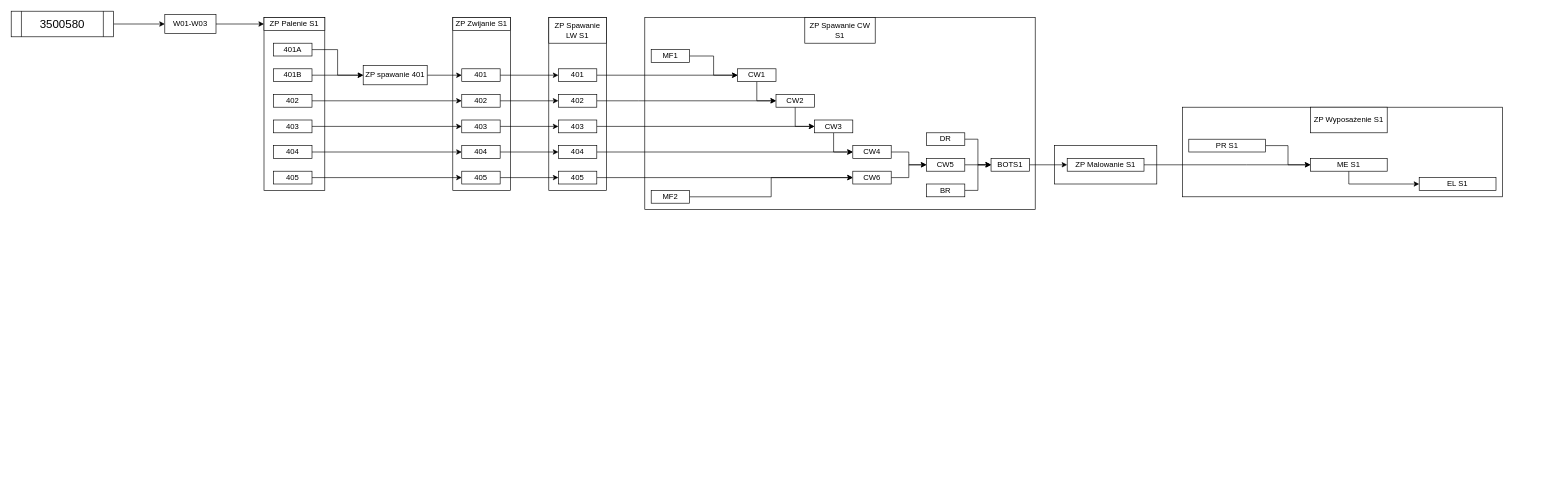
Before: 3500580.drawio in goth1x/Baltic-Operator, a draw.io diagram. Source tidied: cells renumbered, new cells numbered last; positions are measured from the earlier drawing's top-left corner, leaving out a move shared by most shapes. Both pictures are drawn from the tidied source at 64%, with x=0, y=0 at pixel (11, 11).
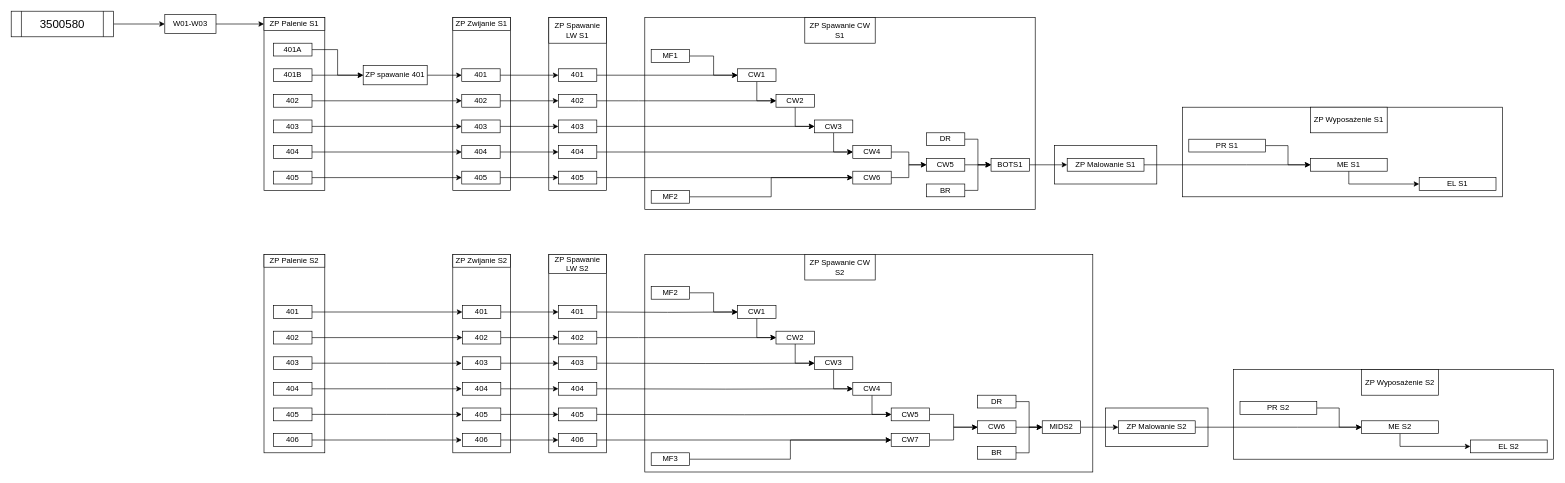
The same diagram, later.

Change to the diagram source:
```diff
@@
+    <mxCell id="80" style="rounded=0;whiteSpace=wrap;html=1;" parent="1" vertex="1">
+      <mxGeometry x="1910" y="560" width="500" height="140" as="geometry" />
+    </mxCell>
+    <mxCell id="81" style="rounded=0;whiteSpace=wrap;html=1;" parent="1" vertex="1">
+      <mxGeometry x="1710" y="620" width="160" height="60" as="geometry" />
+    </mxCell>
+    <mxCell id="82" style="rounded=0;whiteSpace=wrap;html=1;" parent="1" vertex="1">
+      <mxGeometry x="990" y="380" width="700" height="340" as="geometry" />
+    </mxCell>
+    <mxCell id="83" style="rounded=0;whiteSpace=wrap;html=1;" parent="1" vertex="1">
+      <mxGeometry x="840" y="380" width="90" height="310" as="geometry" />
+    </mxCell>
+    <mxCell id="84" style="rounded=0;whiteSpace=wrap;html=1;" parent="1" vertex="1">
+      <mxGeometry x="395" y="380" width="95" height="310" as="geometry" />
+    </mxCell>
+    <mxCell id="85" style="rounded=0;whiteSpace=wrap;html=1;" parent="1" vertex="1">
+      <mxGeometry x="690" y="380" width="90" height="310" as="geometry" />
+    </mxCell>
+    <mxCell id="86" value="ZP Palenie S2" style="rounded=0;whiteSpace=wrap;html=1;" parent="1" vertex="1">
+      <mxGeometry x="395" y="380" width="95" height="20" as="geometry" />
+    </mxCell>
+    <mxCell id="87" style="edgeStyle=orthogonalEdgeStyle;rounded=0;jettySize=auto;html=1;exitX=1;exitY=0.5;exitDx=0;exitDy=0;" parent="1" edge="1" source="88" target="138">
+      <mxGeometry relative="1" as="geometry" />
+    </mxCell>
+    <mxCell id="88" value="401" style="rounded=0;whiteSpace=wrap;html=1;" parent="1" vertex="1">
+      <mxGeometry x="410" y="460" width="60" height="20" as="geometry" />
+    </mxCell>
+    <mxCell id="89" style="edgeStyle=orthogonalEdgeStyle;rounded=0;jettySize=auto;html=1;exitX=1;exitY=0.5;exitDx=0;exitDy=0;" parent="1" edge="1" source="90" target="140">
+      <mxGeometry relative="1" as="geometry" />
+    </mxCell>
+    <mxCell id="90" value="402" style="rounded=0;whiteSpace=wrap;html=1;" parent="1" vertex="1">
+      <mxGeometry x="410" y="500" width="60" height="20" as="geometry" />
+    </mxCell>
+    <mxCell id="91" style="edgeStyle=orthogonalEdgeStyle;rounded=0;jettySize=auto;html=1;exitX=1;exitY=0.5;exitDx=0;exitDy=0;entryX=0;entryY=0.5;entryDx=0;entryDy=0;" parent="1" edge="1" source="92">
+      <mxGeometry relative="1" as="geometry">
+        <mxPoint x="704" y="550" as="targetPoint" />
+      </mxGeometry>
+    </mxCell>
+    <mxCell id="92" value="403" style="rounded=0;whiteSpace=wrap;html=1;" parent="1" vertex="1">
+      <mxGeometry x="410" y="540" width="60" height="20" as="geometry" />
+    </mxCell>
+    <mxCell id="93" style="edgeStyle=orthogonalEdgeStyle;rounded=0;jettySize=auto;html=1;exitX=1;exitY=0.5;exitDx=0;exitDy=0;entryX=0;entryY=0.5;entryDx=0;entryDy=0;" parent="1" edge="1" source="94">
+      <mxGeometry relative="1" as="geometry">
+        <mxPoint x="704" y="590" as="targetPoint" />
+      </mxGeometry>
+    </mxCell>
+    <mxCell id="94" value="404" style="rounded=0;whiteSpace=wrap;html=1;" parent="1" vertex="1">
+      <mxGeometry x="410" y="580" width="60" height="20" as="geometry" />
+    </mxCell>
+    <mxCell id="95" style="edgeStyle=orthogonalEdgeStyle;rounded=0;jettySize=auto;html=1;exitX=1;exitY=0.5;exitDx=0;exitDy=0;entryX=0;entryY=0.5;entryDx=0;entryDy=0;" parent="1" edge="1" source="96">
+      <mxGeometry relative="1" as="geometry">
+        <mxPoint x="704" y="630" as="targetPoint" />
+      </mxGeometry>
+    </mxCell>
+    <mxCell id="96" value="405" style="rounded=0;whiteSpace=wrap;html=1;" parent="1" vertex="1">
+      <mxGeometry x="410" y="620" width="60" height="20" as="geometry" />
+    </mxCell>
+    <mxCell id="97" style="edgeStyle=orthogonalEdgeStyle;rounded=0;jettySize=auto;html=1;exitX=1;exitY=0.5;exitDx=0;exitDy=0;entryX=0;entryY=0.5;entryDx=0;entryDy=0;" parent="1" edge="1" source="98">
+      <mxGeometry relative="1" as="geometry">
+        <mxPoint x="704" y="670" as="targetPoint" />
+      </mxGeometry>
+    </mxCell>
+    <mxCell id="98" value="406" style="rounded=0;whiteSpace=wrap;html=1;" parent="1" vertex="1">
+      <mxGeometry x="410" y="660" width="60" height="20" as="geometry" />
+    </mxCell>
+    <mxCell id="99" value="ZP Zwijanie S2" style="rounded=0;whiteSpace=wrap;html=1;" parent="1" vertex="1">
+      <mxGeometry x="690" y="380" width="90" height="20" as="geometry" />
+    </mxCell>
+    <mxCell id="100" value="ZP Spawanie LW S2" style="rounded=0;whiteSpace=wrap;html=1;" parent="1" vertex="1">
+      <mxGeometry x="840" y="380" width="90" height="30" as="geometry" />
+    </mxCell>
+    <mxCell id="101" style="edgeStyle=orthogonalEdgeStyle;rounded=0;jettySize=auto;html=1;exitX=1;exitY=0.5;exitDx=0;exitDy=0;entryX=0;entryY=0.5;entryDx=0;entryDy=0;" parent="1" edge="1" target="110">
+      <mxGeometry relative="1" as="geometry">
+        <mxPoint x="915" y="470" as="sourcePoint" />
+      </mxGeometry>
+    </mxCell>
+    <mxCell id="102" style="edgeStyle=orthogonalEdgeStyle;rounded=0;jettySize=auto;html=1;exitX=1;exitY=0.5;exitDx=0;exitDy=0;entryX=0;entryY=0.5;entryDx=0;entryDy=0;" parent="1" edge="1" target="112">
+      <mxGeometry relative="1" as="geometry">
+        <mxPoint x="915" y="510" as="sourcePoint" />
+        <Array as="points">
+          <mxPoint x="980" y="510" />
+          <mxPoint x="980" y="510" />
+        </Array>
+      </mxGeometry>
+    </mxCell>
+    <mxCell id="103" style="edgeStyle=orthogonalEdgeStyle;rounded=0;jettySize=auto;html=1;exitX=1;exitY=0.5;exitDx=0;exitDy=0;entryX=0;entryY=0.5;entryDx=0;entryDy=0;" parent="1" edge="1" target="114">
+      <mxGeometry relative="1" as="geometry">
+        <mxPoint x="915" y="550" as="sourcePoint" />
+      </mxGeometry>
+    </mxCell>
+    <mxCell id="104" style="edgeStyle=orthogonalEdgeStyle;rounded=0;jettySize=auto;html=1;exitX=1;exitY=0.5;exitDx=0;exitDy=0;entryX=0;entryY=0.5;entryDx=0;entryDy=0;" parent="1" edge="1" target="116">
+      <mxGeometry relative="1" as="geometry">
+        <mxPoint x="915" y="590" as="sourcePoint" />
+      </mxGeometry>
+    </mxCell>
+    <mxCell id="105" style="edgeStyle=orthogonalEdgeStyle;rounded=0;jettySize=auto;html=1;exitX=1;exitY=0.5;exitDx=0;exitDy=0;" parent="1" edge="1" target="157">
+      <mxGeometry relative="1" as="geometry">
+        <mxPoint x="915" y="630" as="sourcePoint" />
+      </mxGeometry>
+    </mxCell>
+    <mxCell id="106" value="ZP Spawanie CW S2" style="rounded=0;whiteSpace=wrap;html=1;" parent="1" vertex="1">
+      <mxGeometry x="1240" y="380" width="110" height="40" as="geometry" />
+    </mxCell>
+    <mxCell id="107" style="edgeStyle=orthogonalEdgeStyle;rounded=0;jettySize=auto;html=1;exitX=1;exitY=0.5;exitDx=0;exitDy=0;entryX=0;entryY=0.5;entryDx=0;entryDy=0;" parent="1" edge="1" source="108" target="110">
+      <mxGeometry relative="1" as="geometry" />
+    </mxCell>
+    <mxCell id="108" value="MF2" style="rounded=0;whiteSpace=wrap;html=1;" parent="1" vertex="1">
+      <mxGeometry x="1000" y="430" width="60" height="20" as="geometry" />
+    </mxCell>
+    <mxCell id="109" style="edgeStyle=orthogonalEdgeStyle;rounded=0;jettySize=auto;html=1;exitX=0.5;exitY=1;exitDx=0;exitDy=0;entryX=0;entryY=0.5;entryDx=0;entryDy=0;" parent="1" edge="1" source="110" target="112">
+      <mxGeometry relative="1" as="geometry" />
+    </mxCell>
+    <mxCell id="110" value="CW1" style="rounded=0;whiteSpace=wrap;html=1;" parent="1" vertex="1">
+      <mxGeometry x="1135" y="460" width="60" height="20" as="geometry" />
+    </mxCell>
+    <mxCell id="111" style="edgeStyle=orthogonalEdgeStyle;rounded=0;jettySize=auto;html=1;exitX=0.5;exitY=1;exitDx=0;exitDy=0;entryX=0;entryY=0.5;entryDx=0;entryDy=0;" parent="1" edge="1" source="112" target="114">
+      <mxGeometry relative="1" as="geometry" />
+    </mxCell>
+    <mxCell id="112" value="CW2" style="rounded=0;whiteSpace=wrap;html=1;" parent="1" vertex="1">
+      <mxGeometry x="1195" y="500" width="60" height="20" as="geometry" />
+    </mxCell>
+    <mxCell id="113" style="edgeStyle=orthogonalEdgeStyle;rounded=0;jettySize=auto;html=1;exitX=0.5;exitY=1;exitDx=0;exitDy=0;entryX=0;entryY=0.5;entryDx=0;entryDy=0;" parent="1" edge="1" source="114" target="116">
+      <mxGeometry relative="1" as="geometry" />
+    </mxCell>
+    <mxCell id="114" value="CW3" style="rounded=0;whiteSpace=wrap;html=1;" parent="1" vertex="1">
+      <mxGeometry x="1255" y="540" width="60" height="20" as="geometry" />
+    </mxCell>
+    <mxCell id="115" style="edgeStyle=orthogonalEdgeStyle;rounded=0;jettySize=auto;html=1;exitX=0.5;exitY=1;exitDx=0;exitDy=0;entryX=0;entryY=0.5;entryDx=0;entryDy=0;" parent="1" edge="1" source="116" target="157">
+      <mxGeometry relative="1" as="geometry" />
+    </mxCell>
+    <mxCell id="116" value="CW4" style="rounded=0;whiteSpace=wrap;html=1;" parent="1" vertex="1">
+      <mxGeometry x="1315" y="580" width="60" height="20" as="geometry" />
+    </mxCell>
+    <mxCell id="117" style="edgeStyle=orthogonalEdgeStyle;rounded=0;jettySize=auto;html=1;exitX=1;exitY=0.5;exitDx=0;exitDy=0;entryX=0;entryY=0.5;entryDx=0;entryDy=0;" parent="1" edge="1" source="118" target="122">
+      <mxGeometry relative="1" as="geometry" />
+    </mxCell>
+    <mxCell id="118" value="CW7" style="rounded=0;whiteSpace=wrap;html=1;" parent="1" vertex="1">
+      <mxGeometry x="1375" y="660" width="60" height="20" as="geometry" />
+    </mxCell>
+    <mxCell id="119" style="edgeStyle=orthogonalEdgeStyle;rounded=0;jettySize=auto;html=1;exitX=1;exitY=0.5;exitDx=0;exitDy=0;entryX=0;entryY=0.5;entryDx=0;entryDy=0;" parent="1" edge="1" source="120" target="118">
+      <mxGeometry relative="1" as="geometry" />
+    </mxCell>
+    <mxCell id="120" value="MF3" style="rounded=0;whiteSpace=wrap;html=1;" parent="1" vertex="1">
+      <mxGeometry x="1000" y="690" width="60" height="20" as="geometry" />
+    </mxCell>
+    <mxCell id="121" style="edgeStyle=orthogonalEdgeStyle;rounded=0;jettySize=auto;html=1;exitX=1;exitY=0.5;exitDx=0;exitDy=0;" parent="1" edge="1" source="122" target="128">
+      <mxGeometry relative="1" as="geometry" />
+    </mxCell>
+    <mxCell id="122" value="CW6" style="rounded=0;whiteSpace=wrap;html=1;" parent="1" vertex="1">
+      <mxGeometry x="1510" y="640" width="60" height="20" as="geometry" />
+    </mxCell>
+    <mxCell id="123" style="edgeStyle=orthogonalEdgeStyle;rounded=0;jettySize=auto;html=1;exitX=1;exitY=0.5;exitDx=0;exitDy=0;entryX=0;entryY=0.5;entryDx=0;entryDy=0;" parent="1" edge="1" source="124" target="128">
+      <mxGeometry relative="1" as="geometry" />
+    </mxCell>
+    <mxCell id="124" value="BR" style="rounded=0;whiteSpace=wrap;html=1;" parent="1" vertex="1">
+      <mxGeometry x="1510" y="680" width="60" height="20" as="geometry" />
+    </mxCell>
+    <mxCell id="125" style="edgeStyle=orthogonalEdgeStyle;rounded=0;jettySize=auto;html=1;exitX=1;exitY=0.5;exitDx=0;exitDy=0;entryX=0;entryY=0.5;entryDx=0;entryDy=0;" parent="1" edge="1" source="126" target="128">
+      <mxGeometry relative="1" as="geometry" />
+    </mxCell>
+    <mxCell id="126" value="DR" style="rounded=0;whiteSpace=wrap;html=1;" parent="1" vertex="1">
+      <mxGeometry x="1510" y="600" width="60" height="20" as="geometry" />
+    </mxCell>
+    <mxCell id="127" style="edgeStyle=orthogonalEdgeStyle;rounded=0;jettySize=auto;html=1;exitX=1;exitY=0.5;exitDx=0;exitDy=0;entryX=0;entryY=0.5;entryDx=0;entryDy=0;" parent="1" edge="1" source="128" target="130">
+      <mxGeometry relative="1" as="geometry" />
+    </mxCell>
+    <mxCell id="128" value="MIDS2" style="rounded=0;whiteSpace=wrap;html=1;" parent="1" vertex="1">
+      <mxGeometry x="1611" y="640" width="60" height="20" as="geometry" />
+    </mxCell>
+    <mxCell id="129" style="edgeStyle=orthogonalEdgeStyle;rounded=0;jettySize=auto;html=1;exitX=1;exitY=0.5;exitDx=0;exitDy=0;entryX=0;entryY=0.5;entryDx=0;entryDy=0;" parent="1" edge="1" source="130" target="134">
+      <mxGeometry relative="1" as="geometry">
+        <Array as="points">
+          <mxPoint x="2010" y="650" />
+          <mxPoint x="2010" y="650" />
+        </Array>
+      </mxGeometry>
+    </mxCell>
+    <mxCell id="130" value="ZP Malowanie S2" style="rounded=0;whiteSpace=wrap;html=1;" parent="1" vertex="1">
+      <mxGeometry x="1730" y="640" width="120" height="20" as="geometry" />
+    </mxCell>
+    <mxCell id="131" style="edgeStyle=orthogonalEdgeStyle;rounded=0;jettySize=auto;html=1;exitX=1;exitY=0.5;exitDx=0;exitDy=0;entryX=0;entryY=0.5;entryDx=0;entryDy=0;" parent="1" edge="1" source="132" target="134">
+      <mxGeometry relative="1" as="geometry" />
+    </mxCell>
+    <mxCell id="132" value="PR S2" style="rounded=0;whiteSpace=wrap;html=1;" parent="1" vertex="1">
+      <mxGeometry x="1920" y="610" width="120" height="20" as="geometry" />
+    </mxCell>
+    <mxCell id="133" style="edgeStyle=orthogonalEdgeStyle;rounded=0;jettySize=auto;html=1;exitX=0.5;exitY=1;exitDx=0;exitDy=0;entryX=0;entryY=0.5;entryDx=0;entryDy=0;" parent="1" edge="1" source="134" target="135">
+      <mxGeometry relative="1" as="geometry" />
+    </mxCell>
+    <mxCell id="134" value="ME S2" style="rounded=0;whiteSpace=wrap;html=1;" parent="1" vertex="1">
+      <mxGeometry x="2110" y="640" width="120" height="20" as="geometry" />
+    </mxCell>
+    <mxCell id="135" value="EL S2" style="rounded=0;whiteSpace=wrap;html=1;" parent="1" vertex="1">
+      <mxGeometry x="2280" y="670" width="120" height="20" as="geometry" />
+    </mxCell>
+    <mxCell id="136" value="ZP Wyposażenie S2" style="rounded=0;whiteSpace=wrap;html=1;" parent="1" vertex="1">
+      <mxGeometry x="2110" y="560" width="120" height="40" as="geometry" />
+    </mxCell>
+    <mxCell id="137" style="edgeStyle=orthogonalEdgeStyle;rounded=0;jettySize=auto;html=1;exitX=1;exitY=0.5;exitDx=0;exitDy=0;" parent="1" edge="1" source="138" target="149">
+      <mxGeometry relative="1" as="geometry" />
+    </mxCell>
+    <mxCell id="138" value="401" style="rounded=0;whiteSpace=wrap;html=1;" parent="1" vertex="1">
+      <mxGeometry x="705" y="460" width="60" height="20" as="geometry" />
+    </mxCell>
+    <mxCell id="139" style="edgeStyle=orthogonalEdgeStyle;rounded=0;jettySize=auto;html=1;exitX=1;exitY=0.5;exitDx=0;exitDy=0;" parent="1" edge="1" source="140" target="150">
+      <mxGeometry relative="1" as="geometry" />
+    </mxCell>
+    <mxCell id="140" value="402" style="rounded=0;whiteSpace=wrap;html=1;" parent="1" vertex="1">
+      <mxGeometry x="705" y="500" width="60" height="20" as="geometry" />
+    </mxCell>
+    <mxCell id="141" style="edgeStyle=orthogonalEdgeStyle;rounded=0;jettySize=auto;html=1;exitX=1;exitY=0.5;exitDx=0;exitDy=0;entryX=0;entryY=0.5;entryDx=0;entryDy=0;" parent="1" edge="1" source="142" target="151">
+      <mxGeometry relative="1" as="geometry" />
+    </mxCell>
+    <mxCell id="142" value="403" style="rounded=0;whiteSpace=wrap;html=1;" parent="1" vertex="1">
+      <mxGeometry x="705" y="540" width="60" height="20" as="geometry" />
+    </mxCell>
+    <mxCell id="143" style="edgeStyle=orthogonalEdgeStyle;rounded=0;jettySize=auto;html=1;exitX=1;exitY=0.5;exitDx=0;exitDy=0;entryX=0;entryY=0.5;entryDx=0;entryDy=0;" parent="1" edge="1" source="144" target="152">
+      <mxGeometry relative="1" as="geometry" />
+    </mxCell>
+    <mxCell id="144" value="404" style="rounded=0;whiteSpace=wrap;html=1;" parent="1" vertex="1">
+      <mxGeometry x="705" y="580" width="60" height="20" as="geometry" />
+    </mxCell>
+    <mxCell id="145" style="edgeStyle=orthogonalEdgeStyle;rounded=0;jettySize=auto;html=1;exitX=1;exitY=0.5;exitDx=0;exitDy=0;entryX=0;entryY=0.5;entryDx=0;entryDy=0;" parent="1" edge="1" source="146" target="153">
+      <mxGeometry relative="1" as="geometry" />
+    </mxCell>
+    <mxCell id="146" value="405" style="rounded=0;whiteSpace=wrap;html=1;" parent="1" vertex="1">
+      <mxGeometry x="705" y="620" width="60" height="20" as="geometry" />
+    </mxCell>
+    <mxCell id="147" style="edgeStyle=orthogonalEdgeStyle;rounded=0;jettySize=auto;html=1;exitX=1;exitY=0.5;exitDx=0;exitDy=0;entryX=0;entryY=0.5;entryDx=0;entryDy=0;" parent="1" edge="1" source="148" target="155">
+      <mxGeometry relative="1" as="geometry" />
+    </mxCell>
+    <mxCell id="148" value="406" style="rounded=0;whiteSpace=wrap;html=1;" parent="1" vertex="1">
+      <mxGeometry x="705" y="660" width="60" height="20" as="geometry" />
+    </mxCell>
+    <mxCell id="149" value="401" style="rounded=0;whiteSpace=wrap;html=1;" parent="1" vertex="1">
+      <mxGeometry x="855" y="460" width="60" height="20" as="geometry" />
+    </mxCell>
+    <mxCell id="150" value="402" style="rounded=0;whiteSpace=wrap;html=1;" parent="1" vertex="1">
+      <mxGeometry x="855" y="500" width="60" height="20" as="geometry" />
+    </mxCell>
+    <mxCell id="151" value="403" style="rounded=0;whiteSpace=wrap;html=1;" parent="1" vertex="1">
+      <mxGeometry x="855" y="540" width="60" height="20" as="geometry" />
+    </mxCell>
+    <mxCell id="152" value="404" style="rounded=0;whiteSpace=wrap;html=1;" parent="1" vertex="1">
+      <mxGeometry x="855" y="580" width="60" height="20" as="geometry" />
+    </mxCell>
+    <mxCell id="153" value="405" style="rounded=0;whiteSpace=wrap;html=1;" parent="1" vertex="1">
+      <mxGeometry x="855" y="620" width="60" height="20" as="geometry" />
+    </mxCell>
+    <mxCell id="154" style="edgeStyle=orthogonalEdgeStyle;rounded=0;jettySize=auto;html=1;exitX=1;exitY=0.5;exitDx=0;exitDy=0;entryX=0;entryY=0.5;entryDx=0;entryDy=0;" parent="1" edge="1" source="155" target="118">
+      <mxGeometry relative="1" as="geometry" />
+    </mxCell>
+    <mxCell id="155" value="406" style="rounded=0;whiteSpace=wrap;html=1;" parent="1" vertex="1">
+      <mxGeometry x="855" y="660" width="60" height="20" as="geometry" />
+    </mxCell>
+    <mxCell id="156" style="edgeStyle=orthogonalEdgeStyle;rounded=0;jettySize=auto;html=1;exitX=1;exitY=0.5;exitDx=0;exitDy=0;entryX=0;entryY=0.5;entryDx=0;entryDy=0;" parent="1" edge="1" source="157" target="122">
+      <mxGeometry relative="1" as="geometry" />
+    </mxCell>
+    <mxCell id="157" value="CW5" style="rounded=0;whiteSpace=wrap;html=1;" parent="1" vertex="1">
+      <mxGeometry x="1375" y="620" width="60" height="20" as="geometry" />
+    </mxCell>
```
